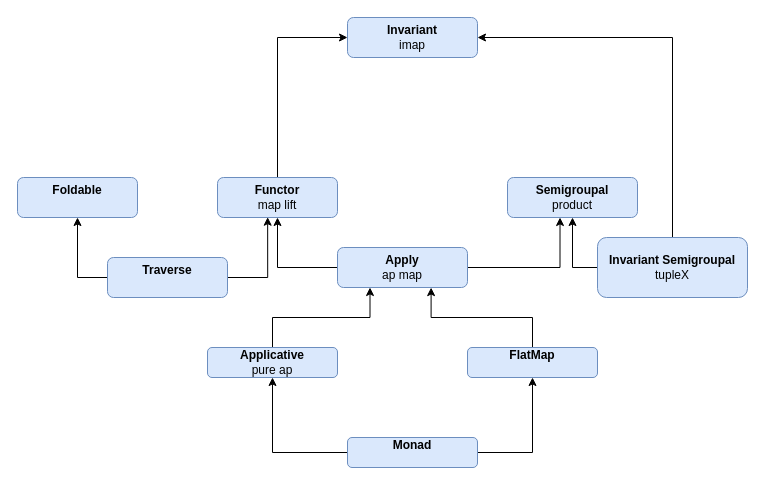
This is img/cats-types.drawio from DenisNovac/Scala-books-abstracts, a draw.io file, before an edit. Source tidied: cells renumbered, new cells numbered last; positions are measured from the earlier drawing's top-left corner, leaving out a move shared by most shapes. Both pictures are drawn from the tidied source at 100%, with x=0, y=0 at pixel (17, 17).
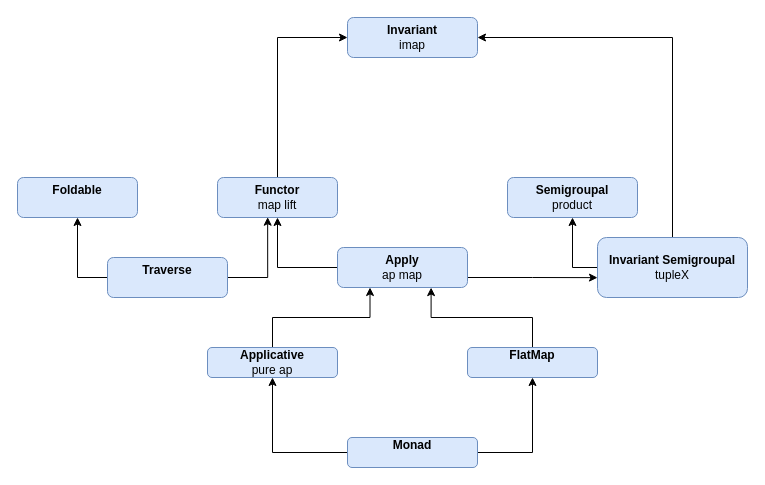
The same diagram, later.

Unchanged cells that the change refers to:
```xml
<mxCell id="6" value="&lt;div&gt;&lt;b&gt;Apply&lt;/b&gt;&lt;/div&gt;&lt;div&gt;ap map&lt;br&gt;&lt;/div&gt;" style="rounded=1;whiteSpace=wrap;html=1;fillColor=#dae8fc;strokeColor=#6c8ebf;" parent="1" vertex="1">
  <mxGeometry x="320" y="230" width="130" height="40" as="geometry" />
</mxCell>
<mxCell id="9" value="&lt;div&gt;&lt;b&gt;Semigroupal&lt;/b&gt;&lt;/div&gt;&lt;div&gt;product&lt;/div&gt;" style="rounded=1;whiteSpace=wrap;html=1;fillColor=#dae8fc;strokeColor=#6c8ebf;" parent="1" vertex="1">
  <mxGeometry x="490" y="160" width="130" height="40" as="geometry" />
</mxCell>
<mxCell id="12" value="&lt;div&gt;&lt;b&gt;Invariant Semigroupal&lt;br&gt;&lt;/b&gt;&lt;/div&gt;&lt;div&gt;tupleX&lt;/div&gt;" style="rounded=1;whiteSpace=wrap;html=1;fillColor=#dae8fc;strokeColor=#6c8ebf;" parent="1" vertex="1">
  <mxGeometry x="580" y="220" width="150" height="60" as="geometry" />
</mxCell>
```

Change to the diagram source:
```diff
@@
-    <mxCell id="5" style="edgeStyle=orthogonalEdgeStyle;rounded=0;jettySize=auto;html=1;exitX=1;exitY=0.5;exitDx=0;exitDy=0;entryX=0.404;entryY=1;entryDx=0;entryDy=0;entryPerimeter=0;" parent="1" edge="1" source="6" target="9">
-      <mxGeometry relative="1" as="geometry" />
-    </mxCell>
+    <mxCell id="23" style="edgeStyle=orthogonalEdgeStyle;rounded=0;jettySize=auto;html=1;exitX=1;exitY=0.75;exitDx=0;exitDy=0;entryX=0;entryY=0.669;entryDx=0;entryDy=0;entryPerimeter=0;" parent="1" edge="1" source="6" target="12">
+      <mxGeometry relative="1" as="geometry" />
+    </mxCell>
```
